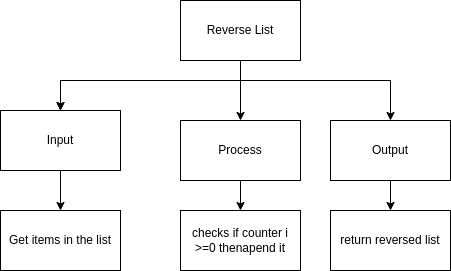
The draw.io diagram design/top_down.png in Emmanuel-Fofeyin/ICS3U-assignment7-Python, before a commit. Source tidied: cells renumbered, new cells last; positions are measured from the earlier drawing's top-left corner, leaving out a move shared by most shapes.
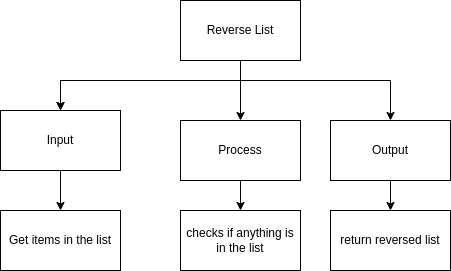
The same file after the commit.

Commit message:
good boobs

Diff of the diagram source:
```diff
@@ -45,17 +45,17 @@
     <mxCell id="11" value="Get items in the list" style="rounded=0;whiteSpace=wrap;html=1;" parent="1" vertex="1">
       <mxGeometry y="210" width="120" height="60" as="geometry" />
     </mxCell>
-    <mxCell id="12" style="edgeStyle=none;rounded=0;html=1;entryX=0.5;entryY=0;entryDx=0;entryDy=0;" parent="1" edge="1" source="13" target="14">
+    <mxCell id="12" style="edgeStyle=none;rounded=0;html=1;entryX=0.5;entryY=0;entryDx=0;entryDy=0;" parent="1" edge="1" source="13" target="16">
       <mxGeometry relative="1" as="geometry" />
     </mxCell>
     <mxCell id="13" value="Process" style="rounded=0;whiteSpace=wrap;html=1;" parent="1" vertex="1">
       <mxGeometry x="180" y="120" width="120" height="60" as="geometry" />
     </mxCell>
-    <mxCell id="14" value="checks if counter i &amp;gt;=0 thenapend it" style="rounded=0;whiteSpace=wrap;html=1;" parent="1" vertex="1">
-      <mxGeometry x="180" y="210" width="120" height="60" as="geometry" />
-    </mxCell>
     <mxCell id="15" value="return reversed list" style="rounded=0;whiteSpace=wrap;html=1;" parent="1" vertex="1">
       <mxGeometry x="330" y="210" width="120" height="60" as="geometry" />
     </mxCell>
+    <mxCell id="16" value="checks if anything is in the list" style="rounded=0;whiteSpace=wrap;html=1;" parent="1" vertex="1">
+      <mxGeometry x="180" y="210" width="120" height="60" as="geometry" />
+    </mxCell>
   </root>
 </mxGraphModel>
```
